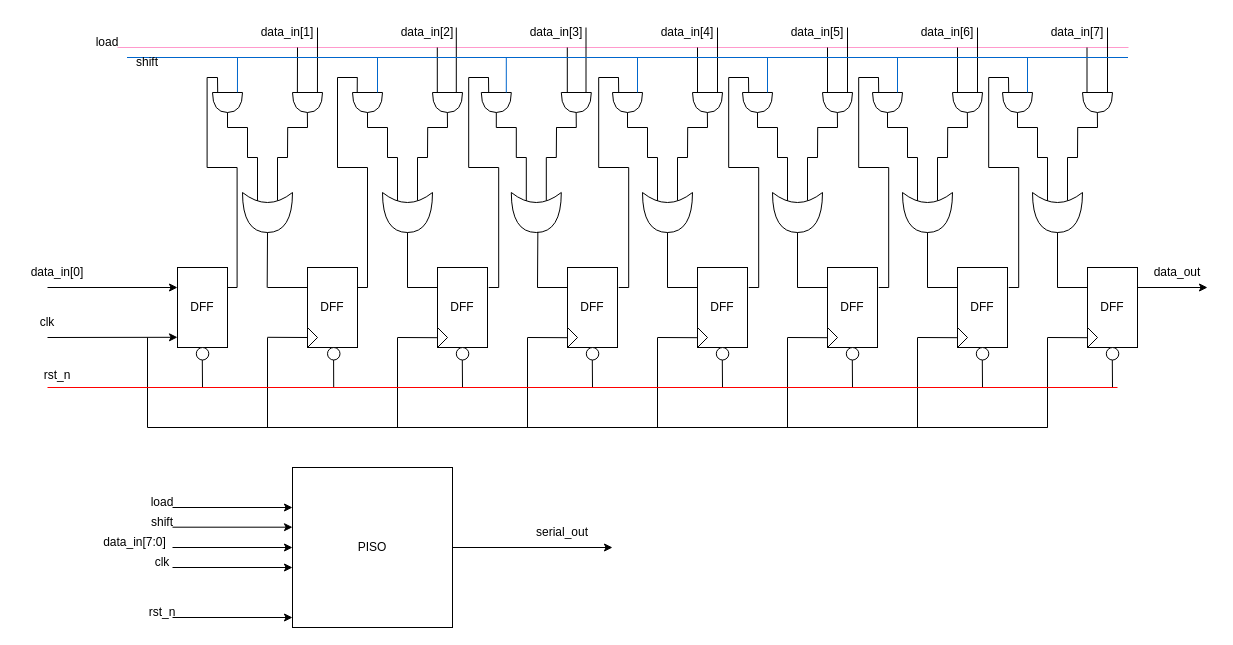
This is page "PISO" (3 of 3) of NVM.drawio from 106210049/NVM-reader, a draw.io file, before an edit. Source tidied: cells renumbered, new cells numbered last; positions are measured from the earlier drawing's top-left corner, leaving out a move shared by most shapes. Both pictures are drawn from the tidied source at 100%, with x=0, y=0 at pixel (17, 17).
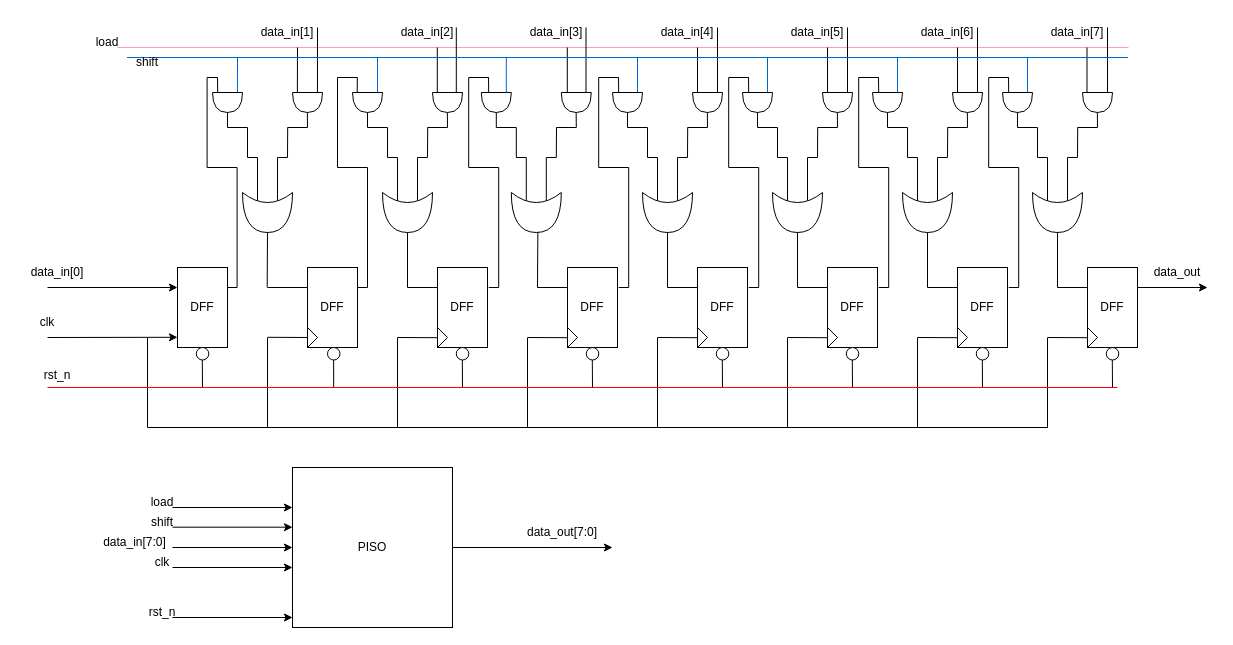
After the change.

Diff of the diagram source:
```diff
@@
-    <mxCell id="246" value="serial_out" style="text;strokeColor=none;align=center;fillColor=none;html=1;verticalAlign=middle;whiteSpace=wrap;rounded=0;" parent="1" vertex="1">
+    <mxCell id="246" value="data_out[7:0]" style="text;strokeColor=none;align=center;fillColor=none;html=1;verticalAlign=middle;whiteSpace=wrap;rounded=0;" parent="1" vertex="1">
       <mxGeometry x="495" y="500" width="100" height="30" as="geometry" />
     </mxCell>
```
